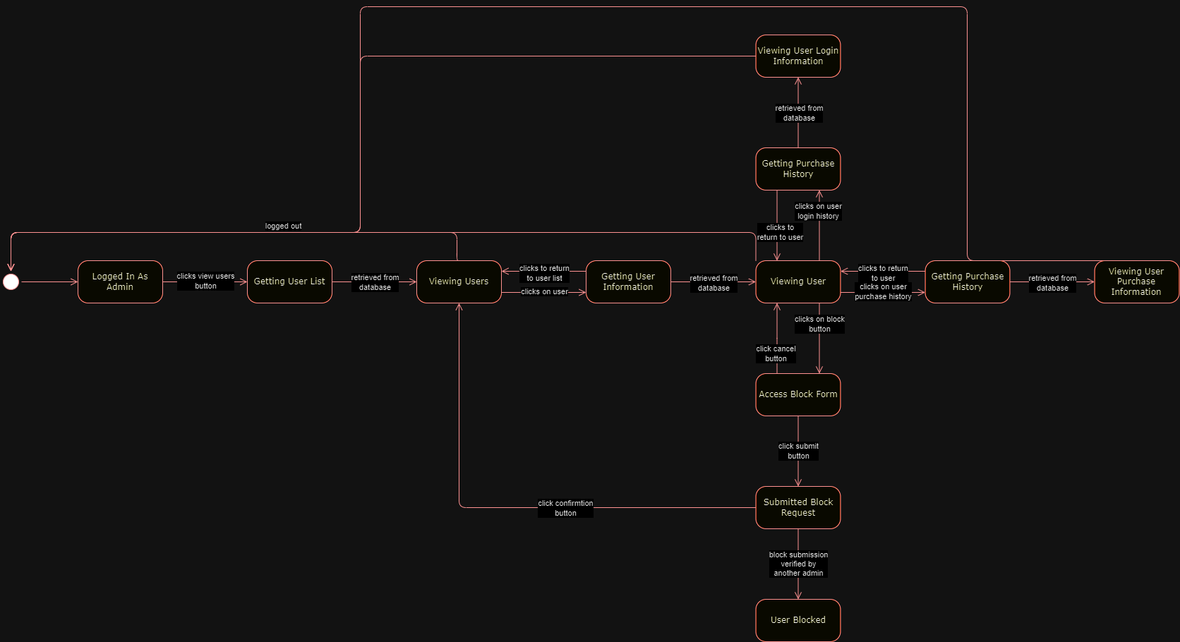
Above: Diagrams/AdminBlockUser.png in DeeB313/Intro-To-SE-Group7 (draw.io), before the change. Source tidied: cells renumbered, new cells last; positions are measured from the earlier drawing's top-left corner, leaving out a move shared by most shapes.
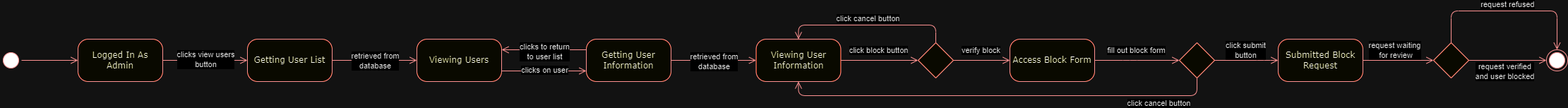
After the change.

Diff of the diagram source:
```diff
@@ -35,15 +35,9 @@
     <mxCell id="9" value="clicks on user" style="edgeLabel;html=1;align=center;verticalAlign=middle;" parent="8" vertex="1">
       <mxGeometry x="0.01" y="2" relative="1" as="geometry" />
     </mxCell>
-    <mxCell id="10" value="Viewing User" style="rounded=1;whiteSpace=wrap;html=1;arcSize=24;fillColor=#ffffc0;strokeColor=#ff0000;shadow=0;comic=0;labelBackgroundColor=none;fontFamily=Verdana;fontSize=12;fontColor=#000000;align=center;" parent="1" vertex="1">
+    <mxCell id="10" value="Viewing User&lt;br&gt;Information" style="rounded=1;whiteSpace=wrap;html=1;arcSize=24;fillColor=#ffffc0;strokeColor=#ff0000;shadow=0;comic=0;labelBackgroundColor=none;fontFamily=Verdana;fontSize=12;fontColor=#000000;align=center;" parent="1" vertex="1">
       <mxGeometry x="1070.5" y="360" width="120" height="60" as="geometry" />
     </mxCell>
-    <mxCell id="11" value="Viewing User Login Information" style="rounded=1;whiteSpace=wrap;html=1;arcSize=24;fillColor=#ffffc0;strokeColor=#ff0000;shadow=0;comic=0;labelBackgroundColor=none;fontFamily=Verdana;fontSize=12;fontColor=#000000;align=center;" parent="1" vertex="1">
-      <mxGeometry x="1070.5" y="40" width="120" height="60" as="geometry" />
-    </mxCell>
-    <mxCell id="12" value="Viewing User Purchase Information" style="rounded=1;whiteSpace=wrap;html=1;arcSize=24;fillColor=#ffffc0;strokeColor=#ff0000;shadow=0;comic=0;labelBackgroundColor=none;fontFamily=Verdana;fontSize=12;fontColor=#000000;align=center;" parent="1" vertex="1">
-      <mxGeometry x="1550.5" y="360" width="120" height="60" as="geometry" />
-    </mxCell>
     <mxCell id="13" style="edgeStyle=orthogonalEdgeStyle;html=1;labelBackgroundColor=none;endArrow=open;endSize=8;strokeColor=#ff0000;fontFamily=Verdana;fontSize=12;align=left;exitX=0;exitY=0.25;exitDx=0;exitDy=0;entryX=1;entryY=0.25;entryDx=0;entryDy=0;" parent="1" edge="1" source="52" target="5">
       <mxGeometry relative="1" as="geometry">
         <Array as="points">
@@ -54,137 +48,53 @@
     <mxCell id="14" value="clicks to return&lt;br&gt;to user list" style="edgeLabel;html=1;align=center;verticalAlign=middle;" parent="13" vertex="1">
       <mxGeometry x="0.01" y="2" relative="1" as="geometry" />
     </mxCell>
-    <mxCell id="15" style="edgeStyle=orthogonalEdgeStyle;html=1;labelBackgroundColor=none;endArrow=open;endSize=8;strokeColor=#ff0000;fontFamily=Verdana;fontSize=12;align=left;exitX=0;exitY=0.25;exitDx=0;exitDy=0;entryX=1;entryY=0.25;entryDx=0;entryDy=0;" parent="1" edge="1" source="46" target="10">
-      <mxGeometry relative="1" as="geometry">
-        <Array as="points">
-          <mxPoint x="1230.5" y="375" />
-          <mxPoint x="1230.5" y="375" />
-        </Array>
-      </mxGeometry>
-    </mxCell>
-    <mxCell id="16" value="clicks to return&lt;br&gt;to user" style="edgeLabel;html=1;align=center;verticalAlign=middle;" parent="15" vertex="1">
-      <mxGeometry x="0.01" y="2" relative="1" as="geometry" />
-    </mxCell>
-    <mxCell id="17" style="edgeStyle=orthogonalEdgeStyle;html=1;labelBackgroundColor=none;endArrow=open;endSize=8;strokeColor=#ff0000;fontFamily=Verdana;fontSize=12;align=left;exitX=1;exitY=0.75;exitDx=0;exitDy=0;entryX=0;entryY=0.75;entryDx=0;entryDy=0;" parent="1" edge="1" source="10" target="46">
-      <mxGeometry relative="1" as="geometry">
-        <Array as="points">
-          <mxPoint x="1280.5" y="405" />
-        </Array>
-      </mxGeometry>
-    </mxCell>
-    <mxCell id="18" value="clicks on user&lt;br&gt;purchase history" style="edgeLabel;html=1;align=center;verticalAlign=middle;" parent="17" vertex="1">
-      <mxGeometry x="0.01" y="2" relative="1" as="geometry" />
-    </mxCell>
-    <mxCell id="19" style="edgeStyle=orthogonalEdgeStyle;html=1;labelBackgroundColor=none;endArrow=open;endSize=8;strokeColor=#ff0000;fontFamily=Verdana;fontSize=12;align=left;entryX=0.25;entryY=0;entryDx=0;entryDy=0;exitX=0.25;exitY=1;exitDx=0;exitDy=0;" parent="1" edge="1" source="47" target="10">
-      <mxGeometry relative="1" as="geometry" />
-    </mxCell>
-    <mxCell id="20" value="clicks to &lt;br&gt;return to user" style="edgeLabel;html=1;align=center;verticalAlign=middle;" parent="19" vertex="1">
-      <mxGeometry x="0.01" y="2" relative="1" as="geometry">
-        <mxPoint x="2" y="9" as="offset" />
-      </mxGeometry>
-    </mxCell>
-    <mxCell id="21" style="edgeStyle=orthogonalEdgeStyle;html=1;labelBackgroundColor=none;endArrow=open;endSize=8;strokeColor=#ff0000;fontFamily=Verdana;fontSize=12;align=left;exitX=0.75;exitY=0;exitDx=0;exitDy=0;entryX=0.75;entryY=1;entryDx=0;entryDy=0;" parent="1" edge="1" source="10" target="47">
-      <mxGeometry relative="1" as="geometry" />
-    </mxCell>
-    <mxCell id="22" value="clicks on user&lt;br&gt;login history" style="edgeLabel;html=1;align=center;verticalAlign=middle;" parent="21" vertex="1">
-      <mxGeometry x="0.01" y="2" relative="1" as="geometry">
-        <mxPoint y="-21" as="offset" />
-      </mxGeometry>
-    </mxCell>
     <mxCell id="23" value="Access Block Form" style="rounded=1;whiteSpace=wrap;html=1;arcSize=24;fillColor=#ffffc0;strokeColor=#ff0000;shadow=0;comic=0;labelBackgroundColor=none;fontFamily=Verdana;fontSize=12;fontColor=#000000;align=center;" parent="1" vertex="1">
-      <mxGeometry x="1070.5" y="520" width="120" height="60" as="geometry" />
+      <mxGeometry x="1430" y="360" width="120" height="60" as="geometry" />
     </mxCell>
-    <mxCell id="24" style="edgeStyle=orthogonalEdgeStyle;html=1;labelBackgroundColor=none;endArrow=open;endSize=8;strokeColor=#ff0000;fontFamily=Verdana;fontSize=12;align=left;exitX=0.75;exitY=1;exitDx=0;exitDy=0;entryX=0.75;entryY=0;entryDx=0;entryDy=0;" parent="1" edge="1" source="10" target="23">
+    <mxCell id="24" style="edgeStyle=orthogonalEdgeStyle;html=1;labelBackgroundColor=none;endArrow=open;endSize=8;strokeColor=#ff0000;fontFamily=Verdana;fontSize=12;align=left;exitX=1;exitY=0.5;exitDx=0;exitDy=0;entryX=0;entryY=0.5;entryDx=0;entryDy=0;" parent="1" edge="1" source="54" target="23">
       <mxGeometry relative="1" as="geometry" />
     </mxCell>
-    <mxCell id="25" value="clicks on block&lt;br&gt;button" style="edgeLabel;html=1;align=center;verticalAlign=middle;" parent="24" vertex="1">
+    <mxCell id="25" value="verify block" style="edgeLabel;html=1;align=center;verticalAlign=middle;" parent="24" vertex="1">
       <mxGeometry x="0.01" y="2" relative="1" as="geometry">
-        <mxPoint x="-2" y="-21" as="offset" />
+        <mxPoint x="-2" y="-13" as="offset" />
       </mxGeometry>
     </mxCell>
-    <mxCell id="26" style="edgeStyle=orthogonalEdgeStyle;html=1;labelBackgroundColor=none;endArrow=open;endSize=8;strokeColor=#ff0000;fontFamily=Verdana;fontSize=12;align=left;exitX=0.25;exitY=0;exitDx=0;exitDy=0;entryX=0.25;entryY=1;entryDx=0;entryDy=0;" parent="1" edge="1" source="23" target="10">
+    <mxCell id="26" style="edgeStyle=orthogonalEdgeStyle;html=1;labelBackgroundColor=none;endArrow=open;endSize=8;strokeColor=#ff0000;fontFamily=Verdana;fontSize=12;align=left;exitX=0.5;exitY=0;exitDx=0;exitDy=0;entryX=0.5;entryY=0;entryDx=0;entryDy=0;" parent="1" edge="1" source="54" target="10">
       <mxGeometry relative="1" as="geometry">
         <Array as="points">
-          <mxPoint x="1100.5" y="480" />
-          <mxPoint x="1100.5" y="480" />
+          <mxPoint x="1325" y="340" />
+          <mxPoint x="1131" y="340" />
         </Array>
       </mxGeometry>
     </mxCell>
-    <mxCell id="27" value="click cancel&lt;br&gt;button" style="edgeLabel;html=1;align=center;verticalAlign=middle;" parent="26" vertex="1">
+    <mxCell id="27" value="click cancel button" style="edgeLabel;html=1;align=center;verticalAlign=middle;" parent="26" vertex="1">
       <mxGeometry x="0.01" y="2" relative="1" as="geometry">
-        <mxPoint y="21" as="offset" />
+        <mxPoint y="-12" as="offset" />
       </mxGeometry>
     </mxCell>
     <mxCell id="28" value="Submitted Block Request" style="rounded=1;whiteSpace=wrap;html=1;arcSize=24;fillColor=#ffffc0;strokeColor=#ff0000;shadow=0;comic=0;labelBackgroundColor=none;fontFamily=Verdana;fontSize=12;fontColor=#000000;align=center;" parent="1" vertex="1">
-      <mxGeometry x="1070.5" y="680" width="120" height="60" as="geometry" />
+      <mxGeometry x="1810" y="360" width="120" height="60" as="geometry" />
     </mxCell>
-    <mxCell id="29" style="edgeStyle=orthogonalEdgeStyle;html=1;labelBackgroundColor=none;endArrow=open;endSize=8;strokeColor=#ff0000;fontFamily=Verdana;fontSize=12;align=left;exitX=0.5;exitY=1;exitDx=0;exitDy=0;entryX=0.5;entryY=0;entryDx=0;entryDy=0;" parent="1" edge="1" source="23" target="28">
-      <mxGeometry relative="1" as="geometry" />
+    <mxCell id="29" style="edgeStyle=orthogonalEdgeStyle;html=1;labelBackgroundColor=none;endArrow=open;endSize=8;strokeColor=#ff0000;fontFamily=Verdana;fontSize=12;align=left;exitX=1;exitY=0.5;exitDx=0;exitDy=0;entryX=0;entryY=0.5;entryDx=0;entryDy=0;" parent="1" edge="1" source="23" target="58">
+      <mxGeometry relative="1" as="geometry">
+        <Array as="points">
+          <mxPoint x="1600" y="390" />
+        </Array>
+      </mxGeometry>
     </mxCell>
-    <mxCell id="30" value="click submit &lt;br&gt;button" style="edgeLabel;html=1;align=center;verticalAlign=middle;" parent="29" vertex="1">
+    <mxCell id="30" value="fill out block form" style="edgeLabel;html=1;align=center;verticalAlign=middle;" parent="29" vertex="1">
       <mxGeometry x="0.01" y="2" relative="1" as="geometry">
-        <mxPoint x="-2" y="-1" as="offset" />
+        <mxPoint x="-2" y="-13" as="offset" />
       </mxGeometry>
     </mxCell>
-    <mxCell id="31" style="edgeStyle=orthogonalEdgeStyle;html=1;labelBackgroundColor=none;endArrow=open;endSize=8;strokeColor=#ff0000;fontFamily=Verdana;fontSize=12;align=left;exitX=0;exitY=0.5;exitDx=0;exitDy=0;entryX=0.5;entryY=1;entryDx=0;entryDy=0;" parent="1" edge="1" source="28" target="5">
-      <mxGeometry relative="1" as="geometry" />
-    </mxCell>
-    <mxCell id="32" value="click confirmtion&lt;br&gt;button" style="edgeLabel;html=1;align=center;verticalAlign=middle;" parent="31" vertex="1">
-      <mxGeometry x="0.01" y="2" relative="1" as="geometry">
-        <mxPoint x="88" y="-2" as="offset" />
-      </mxGeometry>
-    </mxCell>
-    <mxCell id="33" value="User Blocked" style="rounded=1;whiteSpace=wrap;html=1;arcSize=24;fillColor=#ffffc0;strokeColor=#ff0000;shadow=0;comic=0;labelBackgroundColor=none;fontFamily=Verdana;fontSize=12;fontColor=#000000;align=center;" parent="1" vertex="1">
-      <mxGeometry x="1070.5" y="840" width="120" height="60" as="geometry" />
-    </mxCell>
-    <mxCell id="34" style="edgeStyle=orthogonalEdgeStyle;html=1;labelBackgroundColor=none;endArrow=open;endSize=8;strokeColor=#ff0000;fontFamily=Verdana;fontSize=12;align=left;exitX=0.5;exitY=1;exitDx=0;exitDy=0;entryX=0.5;entryY=0;entryDx=0;entryDy=0;" parent="1" edge="1" source="28" target="33">
+    <mxCell id="34" style="edgeStyle=orthogonalEdgeStyle;html=1;labelBackgroundColor=none;endArrow=open;endSize=8;strokeColor=#ff0000;fontFamily=Verdana;fontSize=12;align=left;exitX=1;exitY=0.5;exitDx=0;exitDy=0;entryX=0;entryY=0.5;entryDx=0;entryDy=0;" parent="1" edge="1" source="28" target="63">
       <mxGeometry relative="1" as="geometry" />
     </mxCell>
-    <mxCell id="35" value="block submission&lt;br&gt;verified by&lt;br&gt;another admin" style="edgeLabel;html=1;align=center;verticalAlign=middle;" parent="34" vertex="1">
-      <mxGeometry x="0.01" y="2" relative="1" as="geometry">
-        <mxPoint x="-2" y="-1" as="offset" />
-      </mxGeometry>
-    </mxCell>
-    <mxCell id="36" style="edgeStyle=orthogonalEdgeStyle;html=1;labelBackgroundColor=none;endArrow=open;endSize=8;strokeColor=#ff0000;fontFamily=Verdana;fontSize=12;align=left;exitX=0.5;exitY=0;exitDx=0;exitDy=0;entryX=0;entryY=0.5;entryDx=0;entryDy=0;" parent="1" edge="1" source="5" target="2">
-      <mxGeometry relative="1" as="geometry">
-        <Array as="points">
-          <mxPoint x="647" y="320" />
-          <mxPoint x="15" y="320" />
-        </Array>
-      </mxGeometry>
-    </mxCell>
-    <mxCell id="37" value="logged out" style="edgeLabel;html=1;align=center;verticalAlign=middle;" parent="36" vertex="1">
-      <mxGeometry x="0.01" y="2" relative="1" as="geometry">
-        <mxPoint x="78" y="-12" as="offset" />
-      </mxGeometry>
-    </mxCell>
-    <mxCell id="38" style="edgeStyle=orthogonalEdgeStyle;html=1;labelBackgroundColor=none;endArrow=open;endSize=8;strokeColor=#ff0000;fontFamily=Verdana;fontSize=12;align=left;exitX=0;exitY=0;exitDx=0;exitDy=0;entryX=0;entryY=0.5;entryDx=0;entryDy=0;" parent="1" edge="1" source="10" target="2">
-      <mxGeometry relative="1" as="geometry">
-        <Array as="points">
-          <mxPoint x="1070" y="320" />
-          <mxPoint x="15" y="320" />
-        </Array>
-      </mxGeometry>
-    </mxCell>
-    <mxCell id="39" style="edgeStyle=orthogonalEdgeStyle;html=1;labelBackgroundColor=none;endArrow=open;endSize=8;strokeColor=#ff0000;fontFamily=Verdana;fontSize=12;align=left;exitX=0;exitY=0.5;exitDx=0;exitDy=0;entryX=0;entryY=0.5;entryDx=0;entryDy=0;" parent="1" edge="1" source="11" target="2">
-      <mxGeometry relative="1" as="geometry">
-        <Array as="points">
-          <mxPoint x="510" y="70" />
-          <mxPoint x="510" y="320" />
-          <mxPoint x="15" y="320" />
-        </Array>
-      </mxGeometry>
-    </mxCell>
-    <mxCell id="40" style="edgeStyle=orthogonalEdgeStyle;html=1;labelBackgroundColor=none;endArrow=open;endSize=8;strokeColor=#ff0000;fontFamily=Verdana;fontSize=12;align=left;exitX=0.5;exitY=0;exitDx=0;exitDy=0;entryX=0;entryY=0.5;entryDx=0;entryDy=0;" parent="1" edge="1" source="12" target="2">
-      <mxGeometry relative="1" as="geometry">
-        <Array as="points">
-          <mxPoint x="1370" />
-          <mxPoint x="510" />
-          <mxPoint x="510" y="320" />
-          <mxPoint x="15" y="320" />
-        </Array>
-      </mxGeometry>
-    </mxCell>
+    <mxCell id="53" value="request waiting&lt;br&gt;&amp;nbsp;for review" style="edgeLabel;html=1;align=center;verticalAlign=middle;" parent="34" vertex="1">
+      <mxGeometry x="-0.02" y="-1" relative="1" as="geometry">
+        <mxPoint x="-4" y="-16" as="offset" />
+      </mxGeometry>
+    </mxCell>
     <mxCell id="41" style="edgeStyle=orthogonalEdgeStyle;html=1;labelBackgroundColor=none;endArrow=open;endSize=8;strokeColor=#ff0000;fontFamily=Verdana;fontSize=12;align=left;exitX=1;exitY=0.5;exitDx=0;exitDy=0;entryX=0;entryY=0.5;entryDx=0;entryDy=0;" parent="1" edge="1" source="43" target="5">
       <mxGeometry relative="1" as="geometry" />
     </mxCell>
@@ -196,24 +106,6 @@
     <mxCell id="43" value="Getting User List" style="rounded=1;whiteSpace=wrap;html=1;arcSize=24;fillColor=#ffffc0;strokeColor=#ff0000;shadow=0;comic=0;labelBackgroundColor=none;fontFamily=Verdana;fontSize=12;fontColor=#000000;align=center;" parent="1" vertex="1">
       <mxGeometry x="350" y="360" width="120" height="60" as="geometry" />
     </mxCell>
-    <mxCell id="44" style="edgeStyle=orthogonalEdgeStyle;html=1;labelBackgroundColor=none;endArrow=open;endSize=8;strokeColor=#ff0000;fontFamily=Verdana;fontSize=12;align=left;exitX=1;exitY=0.5;exitDx=0;exitDy=0;entryX=0;entryY=0.5;entryDx=0;entryDy=0;" parent="1" edge="1" source="46" target="12">
-      <mxGeometry relative="1" as="geometry" />
-    </mxCell>
-    <mxCell id="45" value="retrieved from&lt;br&gt;database" style="edgeLabel;html=1;align=center;verticalAlign=middle;" parent="44" vertex="1">
-      <mxGeometry y="-1" relative="1" as="geometry" />
-    </mxCell>
-    <mxCell id="46" value="Getting Purchase History" style="rounded=1;whiteSpace=wrap;html=1;arcSize=24;fillColor=#ffffc0;strokeColor=#ff0000;shadow=0;comic=0;labelBackgroundColor=none;fontFamily=Verdana;fontSize=12;fontColor=#000000;align=center;" parent="1" vertex="1">
-      <mxGeometry x="1310.5" y="360" width="120" height="60" as="geometry" />
-    </mxCell>
-    <mxCell id="47" value="Getting Purchase History" style="rounded=1;whiteSpace=wrap;html=1;arcSize=24;fillColor=#ffffc0;strokeColor=#ff0000;shadow=0;comic=0;labelBackgroundColor=none;fontFamily=Verdana;fontSize=12;fontColor=#000000;align=center;" parent="1" vertex="1">
-      <mxGeometry x="1070.5" y="200" width="120" height="60" as="geometry" />
-    </mxCell>
-    <mxCell id="48" style="edgeStyle=orthogonalEdgeStyle;html=1;labelBackgroundColor=none;endArrow=open;endSize=8;strokeColor=#ff0000;fontFamily=Verdana;fontSize=12;align=left;exitX=0.5;exitY=0;exitDx=0;exitDy=0;entryX=0.5;entryY=1;entryDx=0;entryDy=0;" parent="1" edge="1" source="47" target="11">
-      <mxGeometry relative="1" as="geometry" />
-    </mxCell>
-    <mxCell id="49" value="retrieved from&lt;br&gt;database" style="edgeLabel;html=1;align=center;verticalAlign=middle;" parent="48" vertex="1">
-      <mxGeometry y="-1" relative="1" as="geometry" />
-    </mxCell>
     <mxCell id="50" style="edgeStyle=orthogonalEdgeStyle;html=1;labelBackgroundColor=none;endArrow=open;endSize=8;strokeColor=#ff0000;fontFamily=Verdana;fontSize=12;align=left;exitX=1;exitY=0.5;exitDx=0;exitDy=0;entryX=0;entryY=0.5;entryDx=0;entryDy=0;" parent="1" edge="1" source="52" target="10">
       <mxGeometry relative="1" as="geometry" />
     </mxCell>
@@ -223,5 +115,72 @@
     <mxCell id="52" value="Getting User Information" style="rounded=1;whiteSpace=wrap;html=1;arcSize=24;fillColor=#ffffc0;strokeColor=#ff0000;shadow=0;comic=0;labelBackgroundColor=none;fontFamily=Verdana;fontSize=12;fontColor=#000000;align=center;" parent="1" vertex="1">
       <mxGeometry x="830" y="360" width="120" height="60" as="geometry" />
     </mxCell>
+    <mxCell id="54" style="rhombus;whiteSpace=wrap;html=1;fontColor=#000000;fillColor=#ffffc0;strokeColor=#ff0000;" parent="1" vertex="1">
+      <mxGeometry x="1300" y="365" width="50" height="50" as="geometry" />
+    </mxCell>
+    <mxCell id="55" style="edgeStyle=orthogonalEdgeStyle;html=1;labelBackgroundColor=none;endArrow=open;endSize=8;strokeColor=#ff0000;fontFamily=Verdana;fontSize=12;align=left;exitX=1;exitY=0.5;exitDx=0;exitDy=0;entryX=0;entryY=0.5;entryDx=0;entryDy=0;" parent="1" edge="1" source="10" target="54">
+      <mxGeometry relative="1" as="geometry" />
+    </mxCell>
+    <mxCell id="56" value="click block button" style="edgeLabel;html=1;align=center;verticalAlign=middle;" parent="55" vertex="1">
+      <mxGeometry x="0.01" y="2" relative="1" as="geometry">
+        <mxPoint x="-2" y="-13" as="offset" />
+      </mxGeometry>
+    </mxCell>
+    <mxCell id="57" style="ellipse;html=1;shape=endState;fillColor=#000000;strokeColor=#ff0000;" parent="1" vertex="1">
+      <mxGeometry x="2190" y="375" width="30" height="30" as="geometry" />
+    </mxCell>
+    <mxCell id="58" style="rhombus;whiteSpace=wrap;html=1;fontColor=#000000;fillColor=#ffffc0;strokeColor=#ff0000;" parent="1" vertex="1">
+      <mxGeometry x="1670" y="365" width="50" height="50" as="geometry" />
+    </mxCell>
+    <mxCell id="59" style="edgeStyle=orthogonalEdgeStyle;html=1;labelBackgroundColor=none;endArrow=open;endSize=8;strokeColor=#ff0000;fontFamily=Verdana;fontSize=12;align=left;exitX=1;exitY=0.5;exitDx=0;exitDy=0;entryX=0;entryY=0.5;entryDx=0;entryDy=0;" parent="1" edge="1" source="58" target="28">
+      <mxGeometry relative="1" as="geometry">
+        <Array as="points">
+          <mxPoint x="1790" y="390" />
+          <mxPoint x="1790" y="390" />
+        </Array>
+      </mxGeometry>
+    </mxCell>
+    <mxCell id="60" value="click submit&lt;br&gt;button" style="edgeLabel;html=1;align=center;verticalAlign=middle;" parent="59" vertex="1">
+      <mxGeometry x="0.01" y="2" relative="1" as="geometry">
+        <mxPoint x="-2" y="-13" as="offset" />
+      </mxGeometry>
+    </mxCell>
+    <mxCell id="61" style="edgeStyle=orthogonalEdgeStyle;html=1;labelBackgroundColor=none;endArrow=open;endSize=8;strokeColor=#ff0000;fontFamily=Verdana;fontSize=12;align=left;exitX=0.5;exitY=1;exitDx=0;exitDy=0;entryX=0.5;entryY=1;entryDx=0;entryDy=0;" parent="1" edge="1" source="58" target="10">
+      <mxGeometry relative="1" as="geometry">
+        <Array as="points">
+          <mxPoint x="1695" y="440" />
+          <mxPoint x="1130" y="440" />
+        </Array>
+      </mxGeometry>
+    </mxCell>
+    <mxCell id="62" value="click cancel button" style="edgeLabel;html=1;align=center;verticalAlign=middle;" parent="61" vertex="1">
+      <mxGeometry x="0.01" y="2" relative="1" as="geometry">
+        <mxPoint x="228" y="8" as="offset" />
+      </mxGeometry>
+    </mxCell>
+    <mxCell id="63" style="rhombus;whiteSpace=wrap;html=1;fontColor=#000000;fillColor=#ffffc0;strokeColor=#ff0000;" parent="1" vertex="1">
+      <mxGeometry x="2030" y="365" width="50" height="50" as="geometry" />
+    </mxCell>
+    <mxCell id="64" style="edgeStyle=orthogonalEdgeStyle;html=1;labelBackgroundColor=none;endArrow=open;endSize=8;strokeColor=#ff0000;fontFamily=Verdana;fontSize=12;align=left;exitX=1;exitY=0.5;exitDx=0;exitDy=0;entryX=0;entryY=0.5;entryDx=0;entryDy=0;" parent="1" edge="1" source="63" target="57">
+      <mxGeometry relative="1" as="geometry" />
+    </mxCell>
+    <mxCell id="65" value="request verified &lt;br&gt;and user blocked" style="edgeLabel;html=1;align=center;verticalAlign=middle;" parent="64" vertex="1">
+      <mxGeometry x="0.06" relative="1" as="geometry">
+        <mxPoint x="-8" y="15" as="offset" />
+      </mxGeometry>
+    </mxCell>
+    <mxCell id="66" style="edgeStyle=orthogonalEdgeStyle;html=1;labelBackgroundColor=none;endArrow=open;endSize=8;strokeColor=#ff0000;fontFamily=Verdana;fontSize=12;align=left;exitX=0.5;exitY=0;exitDx=0;exitDy=0;entryX=0.5;entryY=0;entryDx=0;entryDy=0;" parent="1" edge="1" source="63" target="57">
+      <mxGeometry relative="1" as="geometry">
+        <Array as="points">
+          <mxPoint x="2055" y="320" />
+          <mxPoint x="2205" y="320" />
+        </Array>
+      </mxGeometry>
+    </mxCell>
+    <mxCell id="67" value="request refused" style="edgeLabel;html=1;align=center;verticalAlign=middle;" parent="66" vertex="1">
+      <mxGeometry x="0.06" relative="1" as="geometry">
+        <mxPoint x="-8" y="-10" as="offset" />
+      </mxGeometry>
+    </mxCell>
   </root>
 </mxGraphModel>
```
